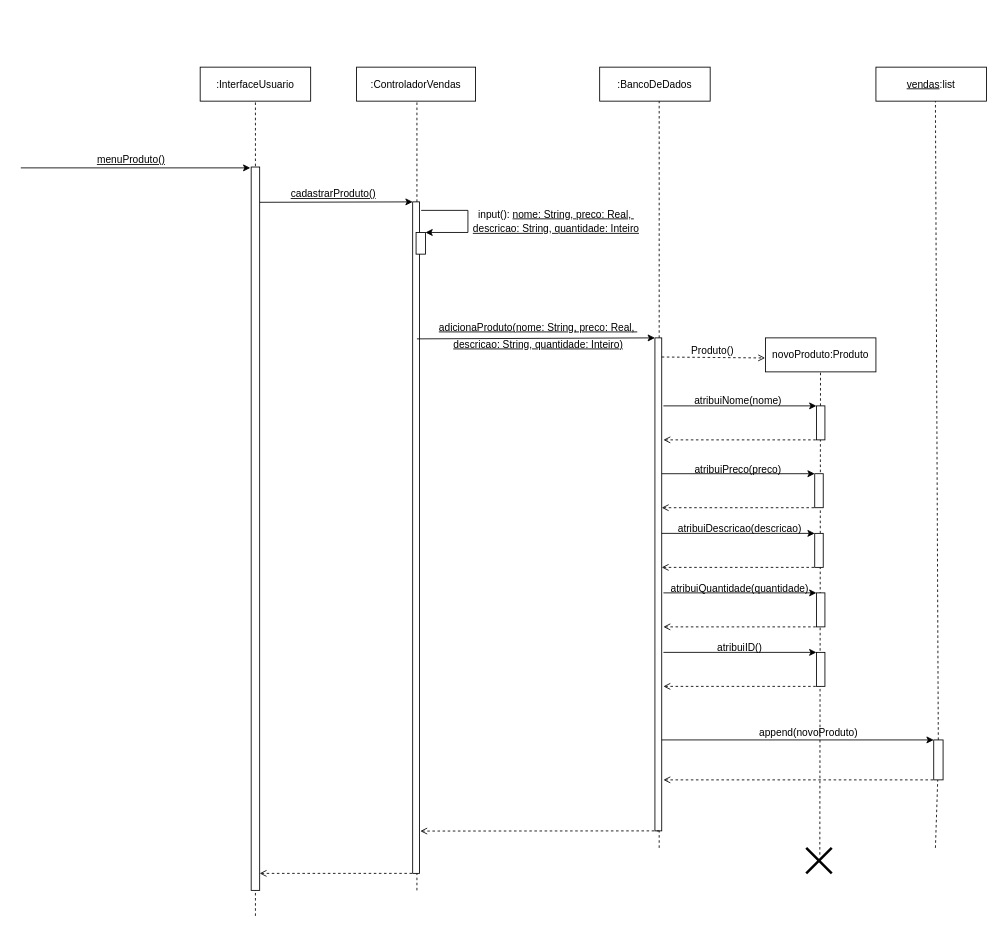
Above: dss projeto/dss_registrar_produto.drawio in AndreyRodr/Software-engineering-project (draw.io), before the change. Source tidied: cells renumbered, new cells numbered last; positions are measured from the earlier drawing's top-left corner, leaving out a move shared by most shapes. Both pictures are drawn from the tidied source at 85%, with x=0, y=0 at pixel (20, 67).
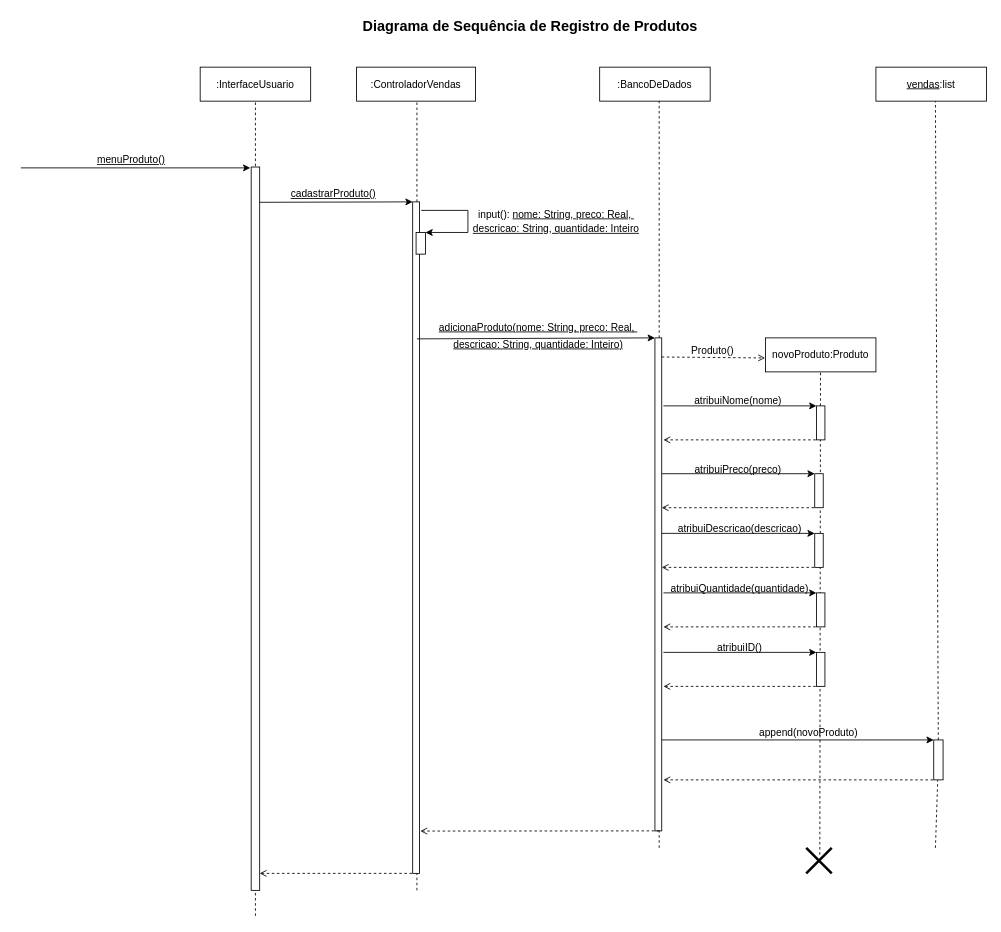
The same diagram, later.

What changed in the source:
```diff
@@
+    <mxCell id="54" value="&lt;font style=&quot;font-size: 17px;&quot;&gt;&lt;b&gt;Diagrama de Sequência de Registro de Produtos&lt;/b&gt;&lt;/font&gt;" style="text;html=1;align=center;verticalAlign=middle;whiteSpace=wrap;rounded=0;" parent="1" vertex="1">
+      <mxGeometry x="395" y="-62" width="409" height="30" as="geometry" />
+    </mxCell>
```
